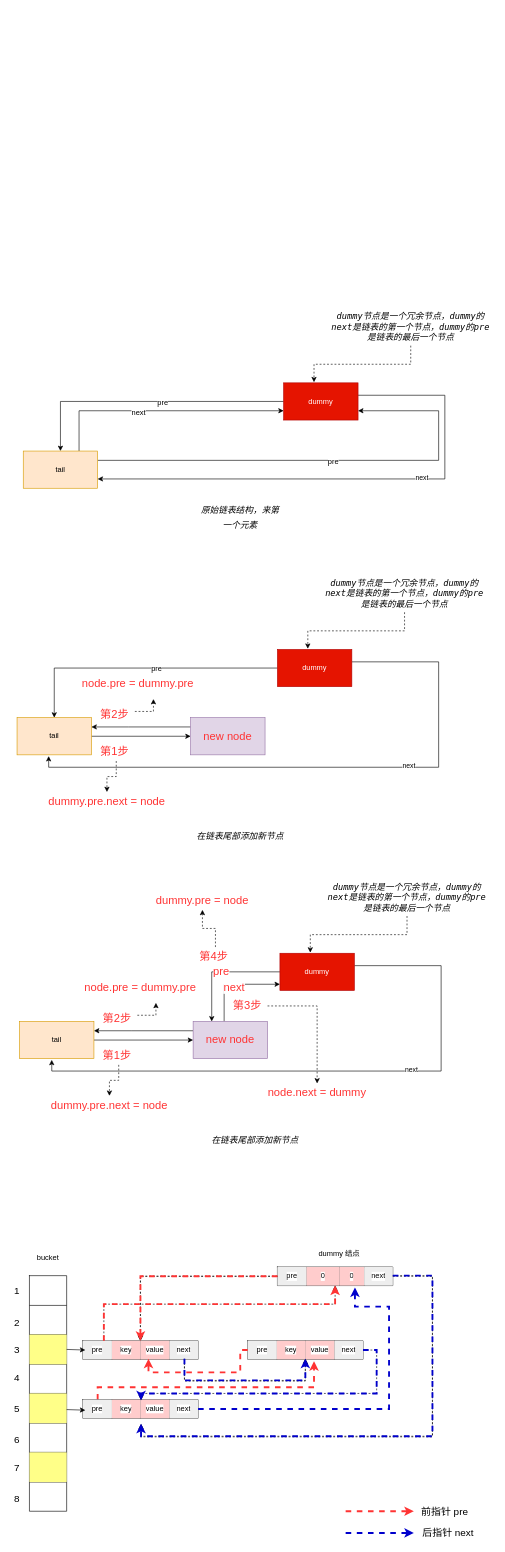
Earlier version of the draw.io diagram RLUCache.drawio (JamalyYao/diagrams.net-graph). Source tidied: cells renumbered, new cells numbered last; positions are measured from the earlier drawing's top-left corner, leaving out a move shared by most shapes. Both pictures are drawn from the tidied source at 62%, with x=0, y=0 at pixel (11, 308).
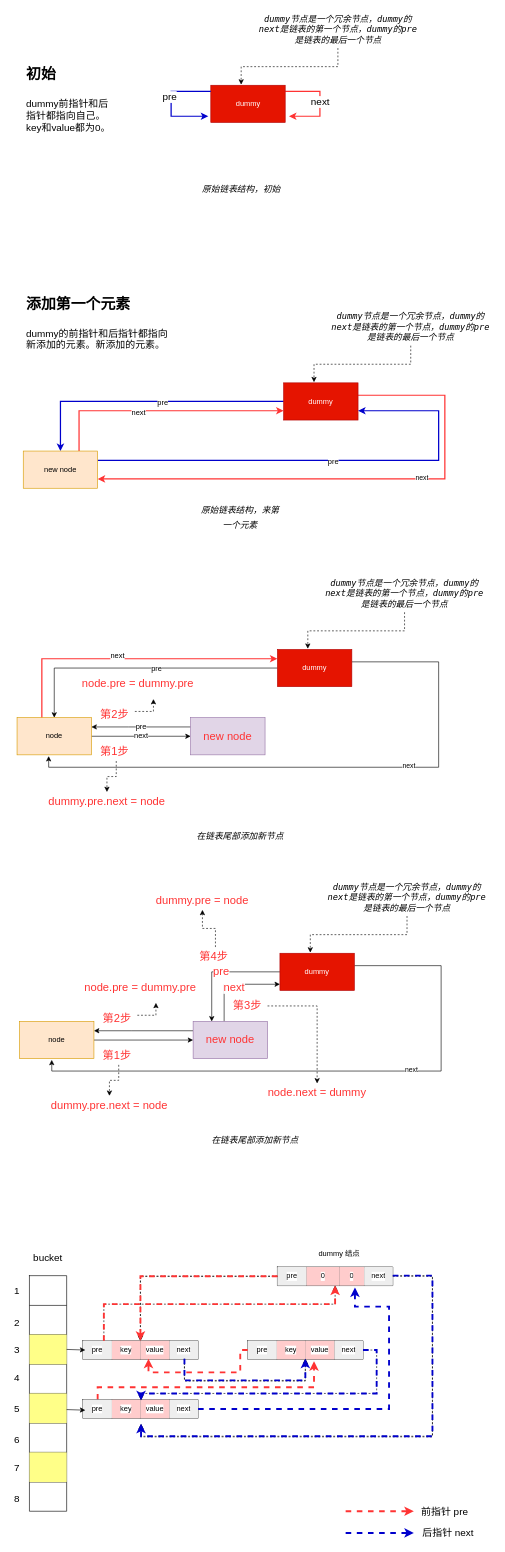
Above is the later version.

The change refers to these unchanged cells:
```xml
<mxCell id="29" value="dummy" style="rounded=0;whiteSpace=wrap;html=1;fillColor=#e51400;fontColor=#ffffff;strokeColor=#B20000;" parent="1" vertex="1">
  <mxGeometry x="430" y="550" width="120" height="60" as="geometry" />
</mxCell>
<mxCell id="31" value="&lt;font color=&quot;#ff3333&quot; style=&quot;font-size: 18px;&quot;&gt;new&amp;nbsp;node&lt;/font&gt;" style="rounded=0;whiteSpace=wrap;html=1;fontSize=18;fillColor=#e1d5e7;strokeColor=#9673a6;" parent="1" vertex="1">
  <mxGeometry x="290" y="660" width="120" height="60" as="geometry" />
</mxCell>
<mxCell id="47" value="dummy" style="rounded=0;whiteSpace=wrap;html=1;fillColor=#e51400;fontColor=#ffffff;strokeColor=#B20000;" parent="1" vertex="1">
  <mxGeometry x="440" y="120" width="120" height="60" as="geometry" />
</mxCell>
```

The edit, as a diff of the source:
```diff
@@
-    <mxCell id="13" value="tail" style="rounded=0;whiteSpace=wrap;html=1;fillColor=#ffe6cc;strokeColor=#d79b00;" parent="1" vertex="1">
+    <mxCell id="13" value="node" style="rounded=0;whiteSpace=wrap;html=1;fillColor=#ffe6cc;strokeColor=#d79b00;" parent="1" vertex="1">
       <mxGeometry x="14" y="1150" width="120" height="60" as="geometry" />
     </mxCell>
@@
-    <mxCell id="30" style="edgeStyle=orthogonalEdgeStyle;rounded=0;jettySize=auto;html=1;entryX=1;entryY=0.25;entryDx=0;entryDy=0;fontSize=18;fontColor=#FF3333;" parent="1" edge="1" source="31" target="35">
+    <mxCell id="30" value="pre" style="edgeStyle=orthogonalEdgeStyle;rounded=0;jettySize=auto;html=1;entryX=1;entryY=0.25;entryDx=0;entryDy=0;fontSize=12;fontColor=#000000;" parent="1" edge="1" source="31" target="35">
       <mxGeometry relative="1" as="geometry">
         <Array as="points">
           <mxPoint x="190" y="675" />
           <mxPoint x="190" y="675" />
         </Array>
       </mxGeometry>
     </mxCell>
@@
-    <mxCell id="34" style="edgeStyle=orthogonalEdgeStyle;rounded=0;jettySize=auto;html=1;entryX=0;entryY=0.5;entryDx=0;entryDy=0;fontSize=19;fontColor=#000000;" parent="1" edge="1" source="35" target="31">
+    <mxCell id="34" value="next" style="edgeStyle=orthogonalEdgeStyle;rounded=0;jettySize=auto;html=1;entryX=0;entryY=0.5;entryDx=0;entryDy=0;fontSize=12;fontColor=#000000;" parent="1" edge="1" source="35" target="31">
       <mxGeometry relative="1" as="geometry" />
     </mxCell>
+    <mxCell id="130" style="edgeStyle=orthogonalEdgeStyle;rounded=0;jettySize=auto;html=1;entryX=0;entryY=0.25;entryDx=0;entryDy=0;fontSize=24;fontColor=#000000;strokeColor=#FF3333;strokeWidth=2;" parent="1" edge="1" source="35" target="29">
+      <mxGeometry relative="1" as="geometry">
+        <Array as="points">
+          <mxPoint x="50" y="565" />
+        </Array>
+      </mxGeometry>
+    </mxCell>
+    <mxCell id="131" value="next" style="edgeLabel;html=1;align=center;verticalAlign=middle;fontSize=12;fontColor=#000000;" parent="130" vertex="1">
+      <mxGeometry x="-0.09" y="5" relative="1" as="geometry" />
+    </mxCell>
-    <mxCell id="35" value="tail" style="rounded=0;whiteSpace=wrap;html=1;fillColor=#ffe6cc;strokeColor=#d79b00;" parent="1" vertex="1">
+    <mxCell id="35" value="node" style="rounded=0;whiteSpace=wrap;html=1;fillColor=#ffe6cc;strokeColor=#d79b00;" parent="1" vertex="1">
       <mxGeometry x="10" y="660" width="120" height="60" as="geometry" />
     </mxCell>
@@
-    <mxCell id="43" style="edgeStyle=orthogonalEdgeStyle;rounded=0;jettySize=auto;html=1;entryX=1;entryY=0.75;entryDx=0;entryDy=0;" parent="1" edge="1" source="47" target="53">
+    <mxCell id="43" style="edgeStyle=orthogonalEdgeStyle;rounded=0;jettySize=auto;html=1;entryX=1;entryY=0.75;entryDx=0;entryDy=0;strokeColor=#FF3333;strokeWidth=2;" parent="1" edge="1" source="47" target="53">
       <mxGeometry relative="1" as="geometry">
         <Array as="points">
           <mxPoint x="700" y="140" />
           <mxPoint x="700" y="275" />
         </Array>
       </mxGeometry>
     </mxCell>
@@
-    <mxCell id="45" style="edgeStyle=orthogonalEdgeStyle;rounded=0;jettySize=auto;html=1;entryX=0.5;entryY=0;entryDx=0;entryDy=0;fontSize=12;fontColor=#000000;" parent="1" edge="1" source="47" target="53">
+    <mxCell id="45" style="edgeStyle=orthogonalEdgeStyle;rounded=0;jettySize=auto;html=1;entryX=0.5;entryY=0;entryDx=0;entryDy=0;fontSize=12;fontColor=#000000;strokeColor=#0000CC;strokeWidth=2;" parent="1" edge="1" source="47" target="53">
       <mxGeometry relative="1" as="geometry" />
     </mxCell>
@@
-    <mxCell id="48" value="&lt;font style=&quot;font-size: 12px&quot; color=&quot;#000000&quot;&gt;pre&lt;/font&gt;" style="edgeStyle=orthogonalEdgeStyle;rounded=0;jettySize=auto;html=1;entryX=1;entryY=0.75;entryDx=0;entryDy=0;fontSize=18;fontColor=#FF3333;exitX=1;exitY=0.25;exitDx=0;exitDy=0;" parent="1" edge="1" source="53" target="47">
+    <mxCell id="48" value="&lt;font style=&quot;font-size: 12px&quot; color=&quot;#000000&quot;&gt;pre&lt;/font&gt;" style="edgeStyle=orthogonalEdgeStyle;rounded=0;jettySize=auto;html=1;entryX=1;entryY=0.75;entryDx=0;entryDy=0;fontSize=18;fontColor=#FF3333;exitX=1;exitY=0.25;exitDx=0;exitDy=0;strokeColor=#0000CC;strokeWidth=2;" parent="1" edge="1" source="53" target="47">
       <mxGeometry relative="1" as="geometry">
         <Array as="points">
           <mxPoint x="690" y="245" />
           <mxPoint x="690" y="165" />
         </Array>
       </mxGeometry>
     </mxCell>
@@
-    <mxCell id="51" style="edgeStyle=orthogonalEdgeStyle;rounded=0;jettySize=auto;html=1;entryX=0;entryY=0.75;entryDx=0;entryDy=0;fontSize=12;fontColor=#000000;" parent="1" edge="1" source="53" target="47">
+    <mxCell id="51" style="edgeStyle=orthogonalEdgeStyle;rounded=0;jettySize=auto;html=1;entryX=0;entryY=0.75;entryDx=0;entryDy=0;fontSize=12;fontColor=#000000;strokeColor=#FF3333;strokeWidth=2;" parent="1" edge="1" source="53" target="47">
       <mxGeometry relative="1" as="geometry">
         <Array as="points">
           <mxPoint x="110" y="165" />
         </Array>
       </mxGeometry>
     </mxCell>
@@
-    <mxCell id="53" value="tail" style="rounded=0;whiteSpace=wrap;html=1;fillColor=#ffe6cc;strokeColor=#d79b00;" parent="1" vertex="1">
+    <mxCell id="53" value="new&amp;nbsp;node" style="rounded=0;whiteSpace=wrap;html=1;fillColor=#ffe6cc;strokeColor=#d79b00;" parent="1" vertex="1">
       <mxGeometry x="20" y="230" width="120" height="60" as="geometry" />
     </mxCell>
@@
-    <mxCell id="117" value="bucket" style="text;html=1;strokeColor=none;fillColor=none;align=center;verticalAlign=middle;whiteSpace=wrap;rounded=0;labelBackgroundColor=#FFFFFF;fontSize=12;fontColor=#000000;" parent="1" vertex="1">
+    <mxCell id="117" value="&lt;font style=&quot;font-size: 16px&quot;&gt;bucket&lt;/font&gt;" style="text;html=1;strokeColor=none;fillColor=none;align=center;verticalAlign=middle;whiteSpace=wrap;rounded=0;labelBackgroundColor=#FFFFFF;fontSize=12;fontColor=#000000;" parent="1" vertex="1">
       <mxGeometry x="30" y="1516" width="60" height="30" as="geometry" />
     </mxCell>
@@
+    <mxCell id="132" value="&lt;font face=&quot;source code pro, dejavu sans mono, ubuntu mono, anonymous pro, droid sans mono, menlo, monaco, consolas, inconsolata, courier, pingfang sc, microsoft yahei, sans-serif&quot;&gt;&lt;span style=&quot;font-size: 14px&quot;&gt;&lt;i&gt;原始链表结构，初始&lt;/i&gt;&lt;/span&gt;&lt;/font&gt;" style="text;html=1;strokeColor=none;fillColor=none;align=center;verticalAlign=middle;whiteSpace=wrap;rounded=0;labelBackgroundColor=#FFFFFF;fontSize=19;fontColor=#000000;" parent="1" vertex="1">
+      <mxGeometry x="302" y="-210" width="140" height="30" as="geometry" />
+    </mxCell>
+    <mxCell id="133" value="next" style="edgeStyle=orthogonalEdgeStyle;rounded=0;jettySize=auto;html=1;fontSize=16;fontColor=#000000;strokeColor=#FF3333;strokeWidth=2;" parent="1" edge="1" source="134">
+      <mxGeometry relative="1" as="geometry">
+        <mxPoint x="448.5" y="-310" as="targetPoint" />
+        <Array as="points">
+          <mxPoint x="498.5" y="-350" />
+          <mxPoint x="498.5" y="-310" />
+        </Array>
+      </mxGeometry>
+    </mxCell>
+    <mxCell id="134" value="dummy" style="rounded=0;whiteSpace=wrap;html=1;fillColor=#e51400;fontColor=#ffffff;strokeColor=#B20000;" parent="1" vertex="1">
+      <mxGeometry x="322.5" y="-360" width="120" height="60" as="geometry" />
+    </mxCell>
+    <mxCell id="135" style="edgeStyle=orthogonalEdgeStyle;rounded=0;jettySize=auto;html=1;entryX=0.408;entryY=-0.017;entryDx=0;entryDy=0;entryPerimeter=0;dashed=1;" parent="1" edge="1" source="136" target="134">
+      <mxGeometry relative="1" as="geometry" />
+    </mxCell>
+    <mxCell id="136" value="&lt;span style=&quot;font-family: &amp;quot;source code pro&amp;quot;, &amp;quot;dejavu sans mono&amp;quot;, &amp;quot;ubuntu mono&amp;quot;, &amp;quot;anonymous pro&amp;quot;, &amp;quot;droid sans mono&amp;quot;, menlo, monaco, consolas, inconsolata, courier, &amp;quot;pingfang sc&amp;quot;, &amp;quot;microsoft yahei&amp;quot;, sans-serif; font-size: 14px; font-style: italic; background-color: rgb(255, 255, 255);&quot;&gt;dummy节点是一个冗余节点，dummy的next是链表的第一个节点，dummy的pre是链表的最后一个节点&lt;/span&gt;" style="text;html=1;strokeColor=none;fillColor=none;align=center;verticalAlign=middle;whiteSpace=wrap;rounded=0;fontColor=#000000;" parent="1" vertex="1">
+      <mxGeometry x="392.5" y="-480" width="270" height="60" as="geometry" />
+    </mxCell>
+    <mxCell id="137" style="edgeStyle=orthogonalEdgeStyle;rounded=0;jettySize=auto;html=1;fontSize=16;fontColor=#000000;strokeColor=#0000CC;strokeWidth=2;" parent="1" edge="1" source="134">
+      <mxGeometry relative="1" as="geometry">
+        <mxPoint x="318.5" y="-310" as="targetPoint" />
+        <Array as="points">
+          <mxPoint x="258.5" y="-350" />
+          <mxPoint x="258.5" y="-310" />
+        </Array>
+      </mxGeometry>
+    </mxCell>
+    <mxCell id="138" value="pre" style="edgeLabel;html=1;align=center;verticalAlign=middle;fontSize=16;fontColor=#000000;" parent="137" vertex="1">
+      <mxGeometry x="-0.12" y="-3" relative="1" as="geometry" />
+    </mxCell>
+    <mxCell id="139" value="&lt;h1&gt;&lt;font style=&quot;font-size: 24px&quot;&gt;初始&lt;/font&gt;&lt;/h1&gt;&lt;div&gt;dummy前指针和后指针都指向自己。key和value都为0。&lt;/div&gt;" style="text;html=1;strokeColor=none;fillColor=none;spacing=5;spacingTop=-20;whiteSpace=wrap;overflow=hidden;rounded=0;labelBackgroundColor=#FFFFFF;fontSize=16;fontColor=#000000;" parent="1" vertex="1">
+      <mxGeometry x="20" y="-410" width="150" height="140" as="geometry" />
+    </mxCell>
+    <mxCell id="140" value="&lt;h1&gt;&lt;span style=&quot;font-size: 24px&quot;&gt;添加第一个元素&lt;/span&gt;&lt;/h1&gt;&lt;div&gt;dummy的前指针和后指针都指向新添加的元素。新添加的元素。&lt;/div&gt;" style="text;html=1;strokeColor=none;fillColor=none;spacing=5;spacingTop=-20;whiteSpace=wrap;overflow=hidden;rounded=0;labelBackgroundColor=#FFFFFF;fontSize=16;fontColor=#000000;" parent="1" vertex="1">
+      <mxGeometry x="20" y="-40" width="250" height="140" as="geometry" />
+    </mxCell>
```
